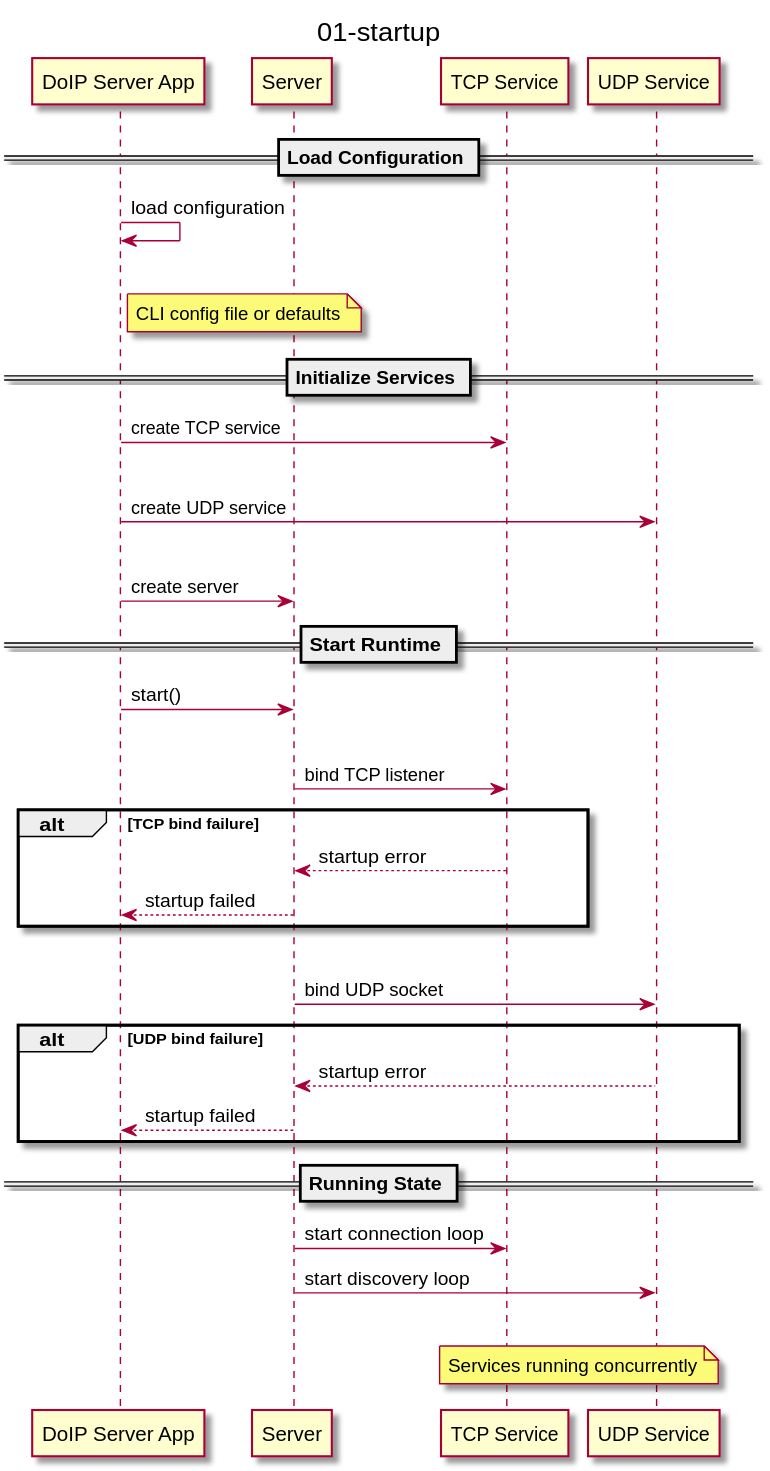
This is docs/01-startup.svg from VinaykumarRS1995/uds2sovd-proxy, a PlantUML export, as it was before one commit.
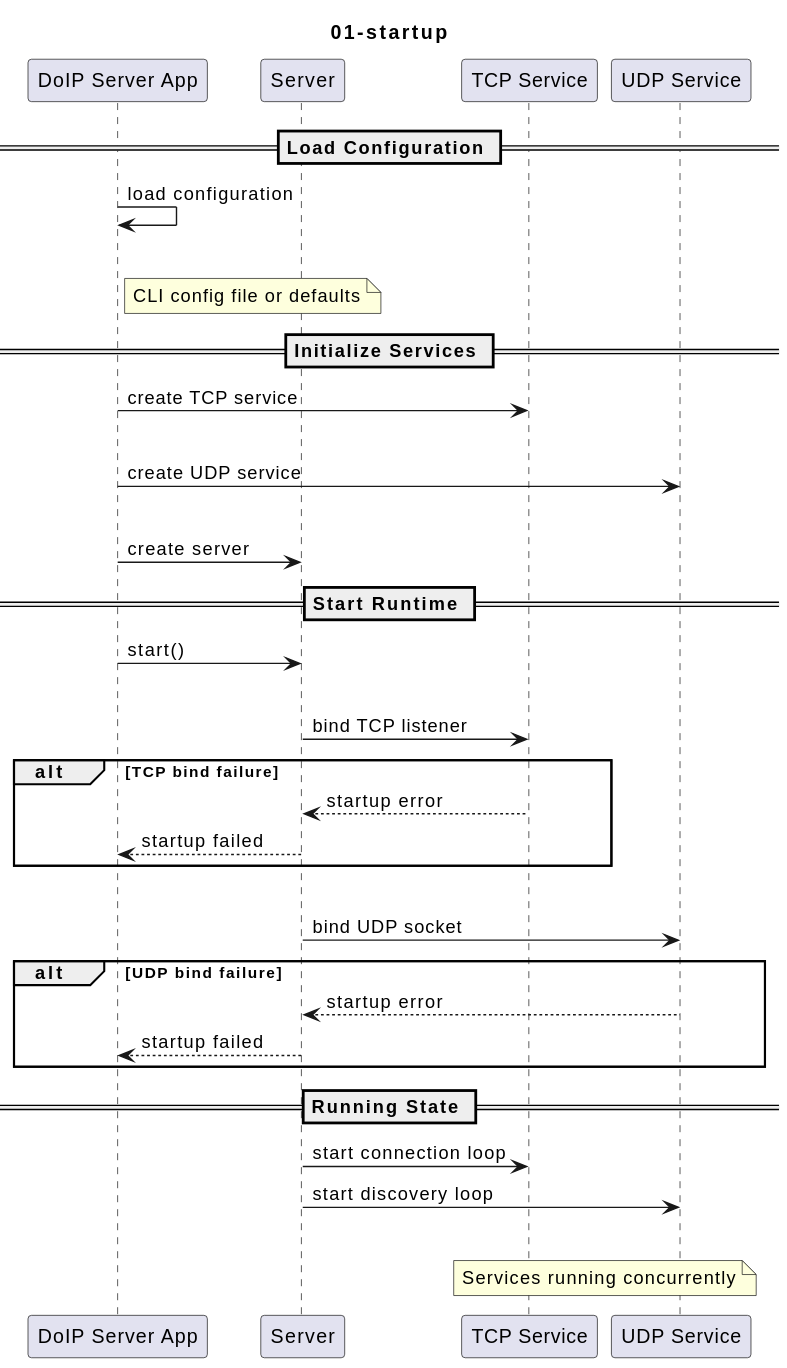
Above is the later version.

The edit, as a diff of the source:
```diff
@@ -1,4 +1,4 @@
-@startuml Startup
+@startuml
 title 01-startup
 
 <style>
@@ -58,5 +58,4 @@
 note over Tcp, Udp
   Services running concurrently
 end note
-
 @enduml
```
